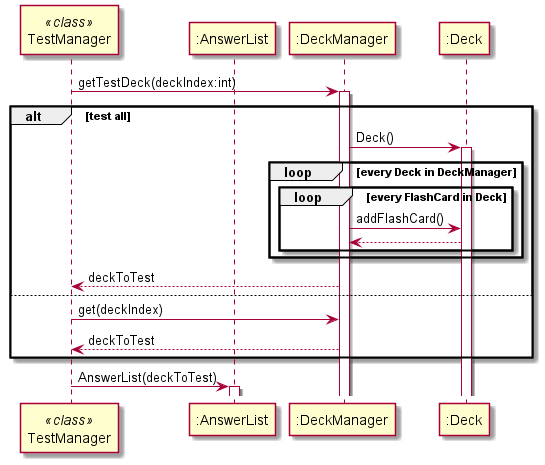
Before: docs/assets/getTestDeckSequenceDiagram.png, a diagram exported from PlantUML (xkisxk/tp).
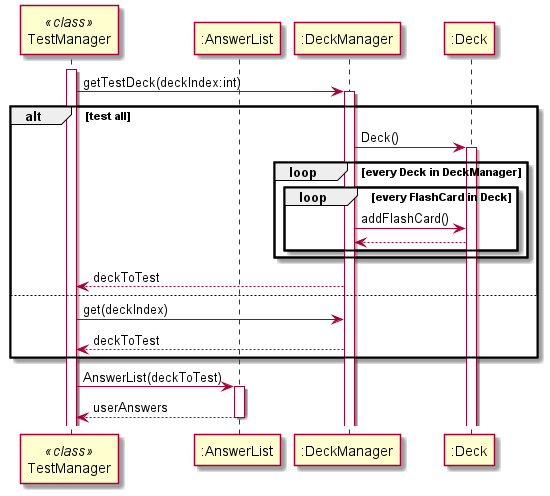
The same file after the commit.

What changed in the source:
```diff
@@ -3,6 +3,8 @@
 participant ":AnswerList" as AnswerList
 participant ":DeckManager" as DeckManager
 participant ":Deck" as Deck
+
+activate TestManager
 
 TestManager -> DeckManager : getTestDeck(deckIndex:int)
 activate DeckManager
@@ -25,4 +27,8 @@
 
 TestManager -> AnswerList : AnswerList(deckToTest)
 activate AnswerList
+
+TestManager <-- AnswerList : userAnswers
+deactivate AnswerList
+
 @enduml
```
